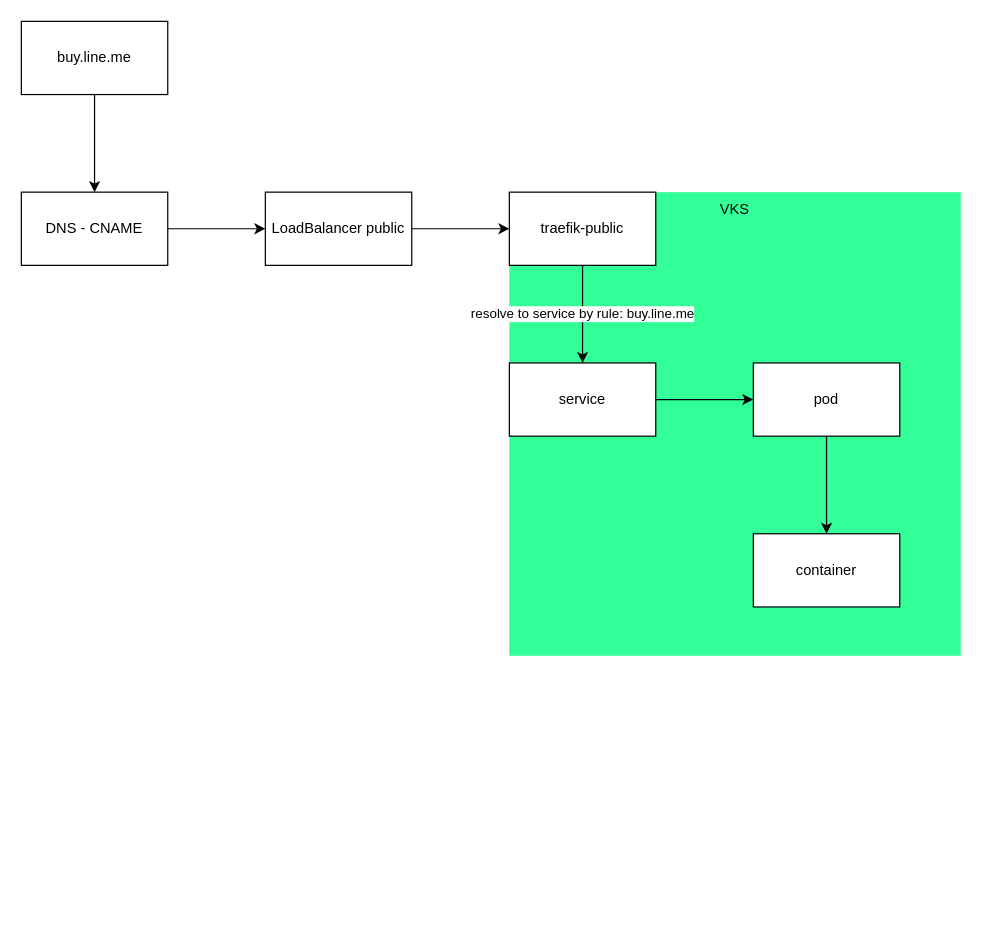
Earlier version of the draw.io diagram ecac_vks_network.drawio (Asing1001/system-diagrams). Source tidied: cells renumbered, new cells numbered last; positions are measured from the earlier drawing's top-left corner, leaving out a move shared by most shapes. Both pictures are drawn from the tidied source at 122%, with x=0, y=0 at pixel (21, 21).
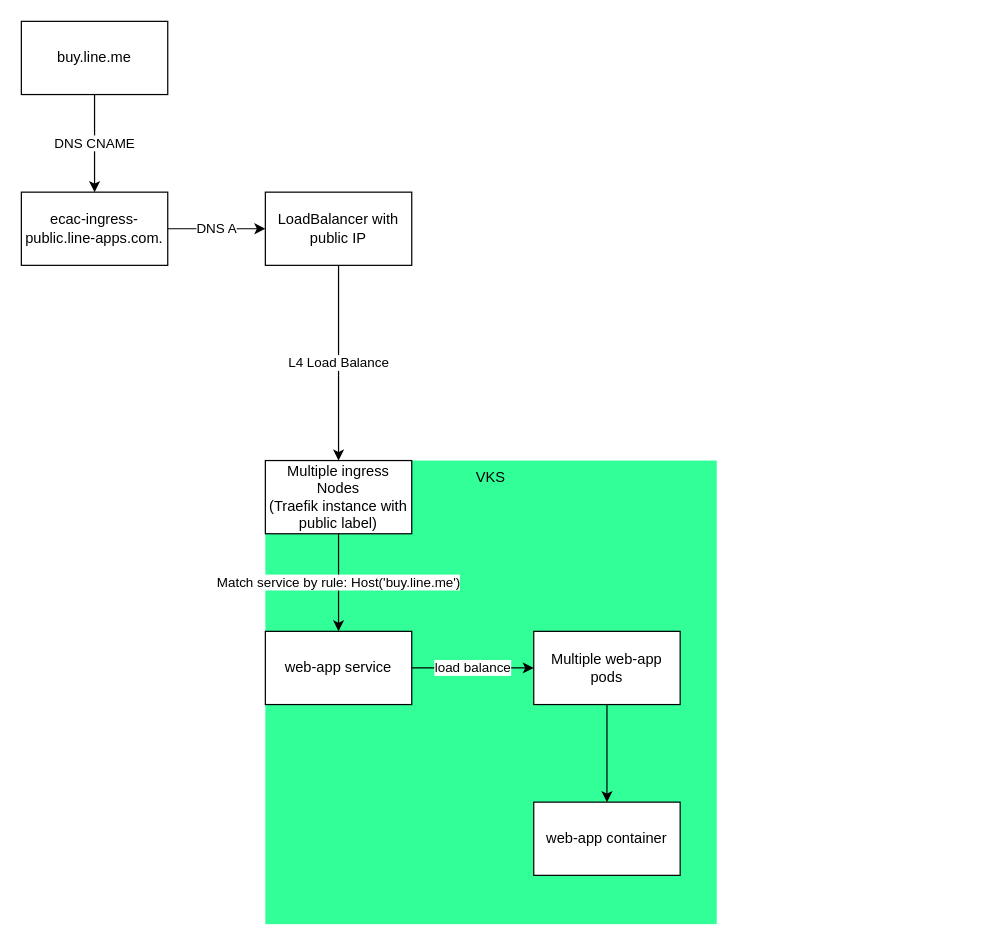
Above is the later version.

Diff of the diagram source:
```diff
@@
 <mxGraphModel>
   <root>
     <mxCell id="0" />
     <mxCell id="1" parent="0" />
-    <mxCell id="2" style="edgeStyle=orthogonalEdgeStyle;rounded=0;jettySize=auto;html=1;" parent="1" edge="1" source="3" target="7">
+    <mxCell id="2" value="DNS A" style="edgeStyle=orthogonalEdgeStyle;rounded=0;jettySize=auto;html=1;" parent="1" edge="1" source="3" target="7">
       <mxGeometry relative="1" as="geometry" />
     </mxCell>
-    <mxCell id="3" value="DNS - CNAME" style="rounded=0;whiteSpace=wrap;html=1;" parent="1" vertex="1">
+    <mxCell id="3" value="ecac-ingress-public.line-apps.com." style="rounded=0;whiteSpace=wrap;html=1;" parent="1" vertex="1">
       <mxGeometry y="140" width="120" height="60" as="geometry" />
     </mxCell>
-    <mxCell id="4" style="edgeStyle=orthogonalEdgeStyle;rounded=0;jettySize=auto;html=1;" parent="1" edge="1" source="5" target="3">
+    <mxCell id="4" value="DNS CNAME" style="edgeStyle=orthogonalEdgeStyle;rounded=0;jettySize=auto;html=1;" parent="1" edge="1" source="5" target="3">
       <mxGeometry relative="1" as="geometry" />
     </mxCell>
     <mxCell id="5" value="buy.line.me" style="rounded=0;whiteSpace=wrap;html=1;" parent="1" vertex="1">
       <mxGeometry width="120" height="60" as="geometry" />
     </mxCell>
-    <mxCell id="6" style="edgeStyle=orthogonalEdgeStyle;rounded=0;jettySize=auto;html=1;" parent="1" edge="1" source="7" target="9">
+    <mxCell id="6" value="L4 Load Balance" style="edgeStyle=orthogonalEdgeStyle;rounded=0;jettySize=auto;html=1;" parent="1" edge="1" source="7" target="9">
       <mxGeometry relative="1" as="geometry" />
     </mxCell>
-    <mxCell id="7" value="LoadBalancer public" style="rounded=0;whiteSpace=wrap;html=1;" parent="1" vertex="1">
+    <mxCell id="7" value="LoadBalancer with public IP" style="rounded=0;whiteSpace=wrap;html=1;" parent="1" vertex="1">
       <mxGeometry x="200" y="140" width="120" height="60" as="geometry" />
     </mxCell>
     <mxCell id="8" value="VKS" style="group;fillColor=#33FF99;rounded=0;shadow=0;comic=0;glass=0;" parent="1" vertex="1">
-      <mxGeometry x="400" y="140" width="370" height="380" as="geometry" />
+      <mxGeometry x="200" y="360" width="370" height="380" as="geometry" />
     </mxCell>
-    <mxCell id="9" value="traefik-public" style="rounded=0;whiteSpace=wrap;html=1;" parent="8" vertex="1">
+    <mxCell id="9" value="Multiple ingress Nodes &lt;br&gt;(Traefik instance with public label)" style="rounded=0;whiteSpace=wrap;html=1;" parent="8" vertex="1">
       <mxGeometry width="120" height="60" as="geometry" />
     </mxCell>
-    <mxCell id="10" value="service" style="rounded=0;whiteSpace=wrap;html=1;" parent="8" vertex="1">
+    <mxCell id="10" value="web-app service" style="rounded=0;whiteSpace=wrap;html=1;" parent="8" vertex="1">
       <mxGeometry y="140" width="120" height="60" as="geometry" />
     </mxCell>
-    <mxCell id="11" value="resolve to service by rule: buy.line.me" style="edgeStyle=orthogonalEdgeStyle;rounded=0;jettySize=auto;html=1;align=center;" parent="8" edge="1" source="9" target="10">
+    <mxCell id="11" value="Match service by rule: Host('buy.line.me')" style="edgeStyle=orthogonalEdgeStyle;rounded=0;jettySize=auto;html=1;align=center;" parent="8" edge="1" source="9" target="10">
       <mxGeometry relative="1" as="geometry" />
     </mxCell>
-    <mxCell id="12" value="pod" style="rounded=0;whiteSpace=wrap;html=1;" parent="8" vertex="1">
-      <mxGeometry x="200" y="140" width="120" height="60" as="geometry" />
+    <mxCell id="12" value="Multiple web-app pods" style="rounded=0;whiteSpace=wrap;html=1;" parent="8" vertex="1">
+      <mxGeometry x="220" y="140" width="120" height="60" as="geometry" />
     </mxCell>
-    <mxCell id="13" style="edgeStyle=orthogonalEdgeStyle;rounded=0;jettySize=auto;html=1;" parent="8" edge="1" source="10" target="12">
+    <mxCell id="13" value="load balance" style="edgeStyle=orthogonalEdgeStyle;rounded=0;jettySize=auto;html=1;" parent="8" edge="1" source="10" target="12">
       <mxGeometry relative="1" as="geometry" />
     </mxCell>
-    <mxCell id="14" value="container" style="rounded=0;whiteSpace=wrap;html=1;" parent="8" vertex="1">
-      <mxGeometry x="200" y="280" width="120" height="60" as="geometry" />
+    <mxCell id="14" value="web-app container" style="rounded=0;whiteSpace=wrap;html=1;" parent="8" vertex="1">
+      <mxGeometry x="220" y="280" width="120" height="60" as="geometry" />
     </mxCell>
     <mxCell id="15" style="edgeStyle=orthogonalEdgeStyle;rounded=0;jettySize=auto;html=1;" parent="8" edge="1" source="12" target="14">
       <mxGeometry relative="1" as="geometry" />
     </mxCell>
   </root>
 </mxGraphModel>
```
